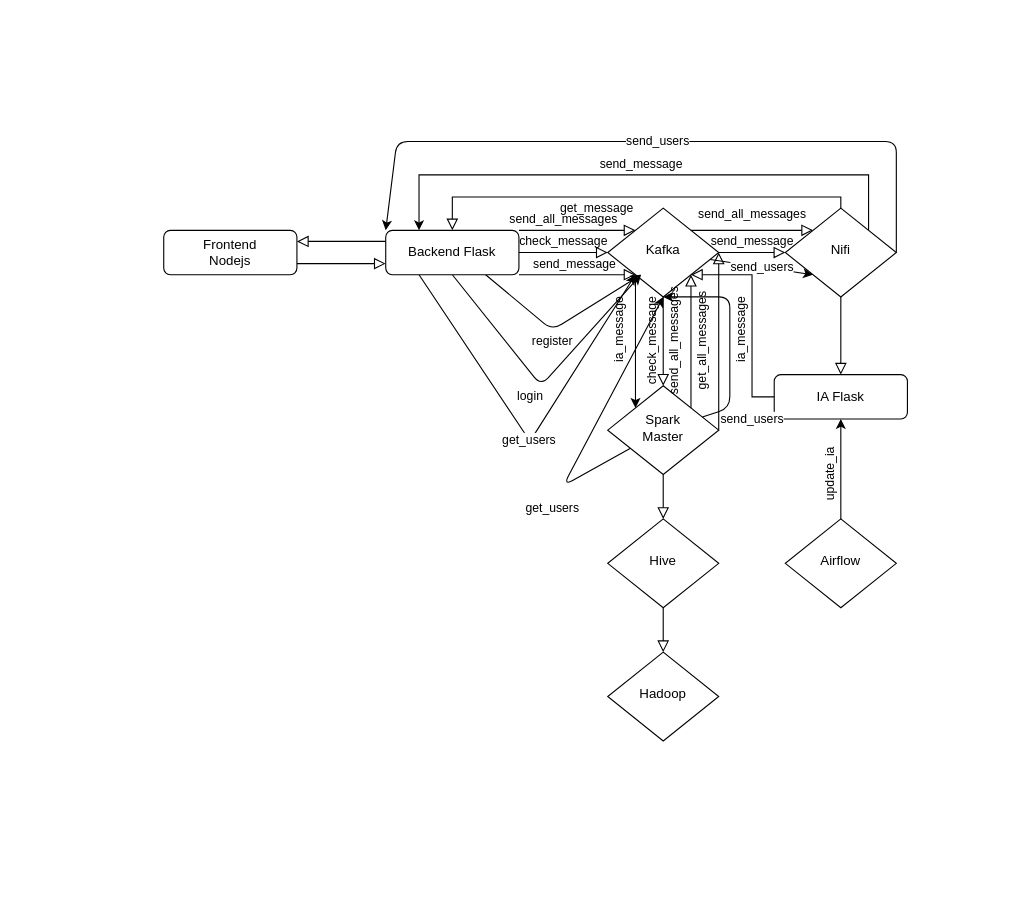
Before: Diagramme des flux.drawio in bsae19/NitroChatV2, a draw.io diagram. Source tidied: cells renumbered, new cells numbered last; positions are measured from the earlier drawing's top-left corner, leaving out a move shared by most shapes. Both pictures are drawn from the tidied source at 111%, with x=0, y=0 at pixel (163, 141).
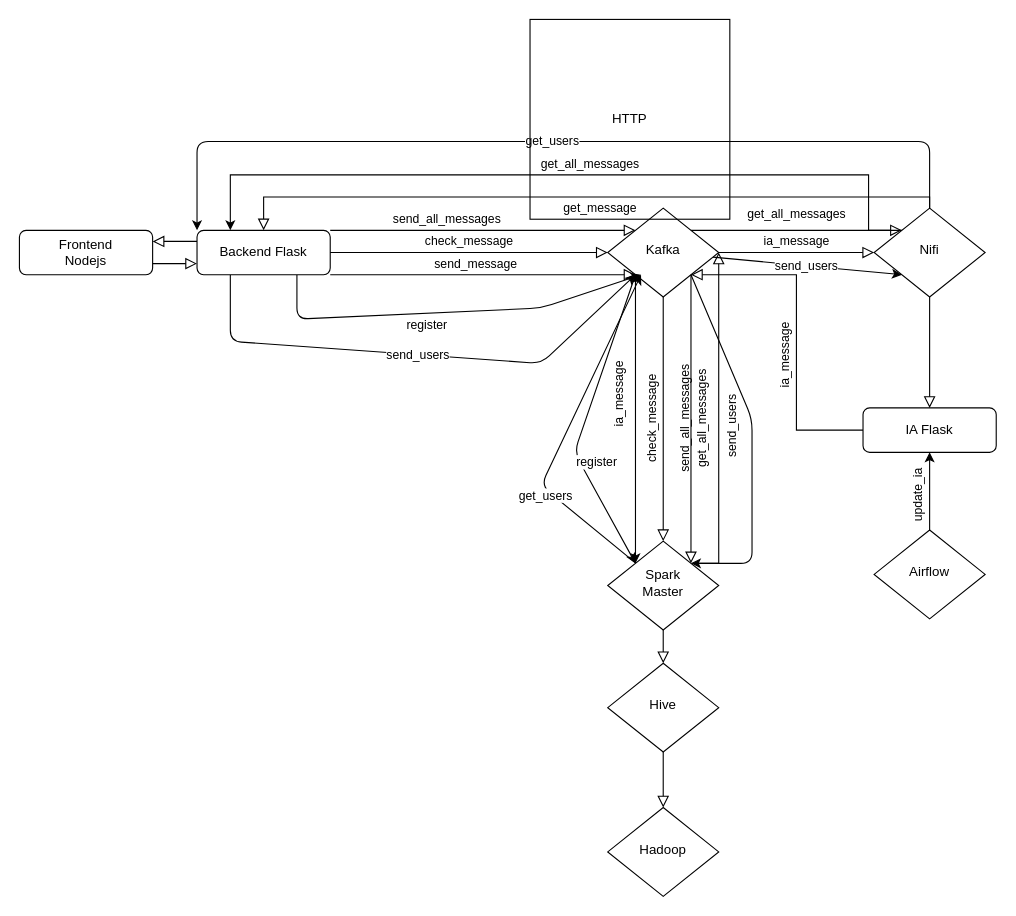
After the change.

Commit message:
Mettre à jour Diagramme des flux.drawio

Unchanged cells that the change refers to:
```xml
<mxCell id="6" value="Kafka" style="rhombus;whiteSpace=wrap;html=1;shadow=0;fontFamily=Helvetica;fontSize=12;align=center;strokeWidth=1;spacing=6;spacingTop=-4;" parent="1" vertex="1">
  <mxGeometry x="400" y="60" width="100" height="80" as="geometry" />
</mxCell>
```

What changed in the source:
```diff
@@
     <mxCell id="3" value="Frontend&lt;div&gt;Nodejs&lt;/div&gt;" style="rounded=1;whiteSpace=wrap;html=1;fontSize=12;glass=0;strokeWidth=1;shadow=0;" parent="1" vertex="1">
-      <mxGeometry y="80" width="120" height="40" as="geometry" />
+      <mxGeometry x="-130" y="80" width="120" height="40" as="geometry" />
     </mxCell>
@@
     <mxCell id="7" value="IA Flask" style="rounded=1;whiteSpace=wrap;html=1;fontSize=12;glass=0;strokeWidth=1;shadow=0;" parent="1" vertex="1">
-      <mxGeometry x="550" y="210" width="120" height="40" as="geometry" />
+      <mxGeometry x="630" y="240" width="120" height="40" as="geometry" />
     </mxCell>
@@
-    <mxCell id="9" value="send_users" style="edgeStyle=none;html=1;entryX=0.5;entryY=1;entryDx=0;entryDy=0;" parent="1" edge="1" source="11" target="6">
-      <mxGeometry x="-0.72" y="-22" relative="1" as="geometry">
+    <mxCell id="9" value="send_users" style="edgeStyle=none;html=1;exitX=1;exitY=1;exitDx=0;exitDy=0;horizontal=0;entryX=1;entryY=0;entryDx=0;entryDy=0;" parent="1" edge="1" source="6" target="11">
+      <mxGeometry x="-0.09" y="-19" relative="1" as="geometry">
         <Array as="points">
-          <mxPoint x="510" y="240" />
-          <mxPoint x="510" y="140" />
+          <mxPoint x="530" y="250" />
+          <mxPoint x="530" y="380" />
         </Array>
-        <mxPoint x="-2" y="10" as="offset" />
+        <mxPoint x="1" as="offset" />
       </mxGeometry>
     </mxCell>
-    <mxCell id="10" value="get_users" style="edgeStyle=none;html=1;entryX=0.5;entryY=1;entryDx=0;entryDy=0;" parent="1" edge="1" source="11" target="6">
+    <mxCell id="10" value="get_users" style="edgeStyle=none;html=1;" parent="1" edge="1" source="11">
       <mxGeometry x="-0.47" y="-22" relative="1" as="geometry">
+        <mxPoint x="430" y="120" as="targetPoint" />
         <Array as="points">
-          <mxPoint x="360" y="310" />
+          <mxPoint x="340" y="310" />
         </Array>
         <mxPoint x="-29" y="10" as="offset" />
       </mxGeometry>
     </mxCell>
     <mxCell id="11" value="Spark&lt;div&gt;Master&lt;/div&gt;" style="rhombus;whiteSpace=wrap;html=1;shadow=0;fontFamily=Helvetica;fontSize=12;align=center;strokeWidth=1;spacing=6;spacingTop=-4;" parent="1" vertex="1">
-      <mxGeometry x="400" y="220" width="100" height="80" as="geometry" />
+      <mxGeometry x="400" y="360" width="100" height="80" as="geometry" />
     </mxCell>
@@
     <mxCell id="14" value="register" style="edgeStyle=none;html=1;exitX=0.75;exitY=1;exitDx=0;exitDy=0;" parent="1" edge="1" source="17">
       <mxGeometry x="-0.09" y="-10" relative="1" as="geometry">
         <mxPoint x="430" y="120" as="targetPoint" />
         <Array as="points">
-          <mxPoint x="350" y="170" />
+          <mxPoint x="120" y="160" />
+          <mxPoint x="340" y="150" />
         </Array>
         <mxPoint x="-5" y="1" as="offset" />
       </mxGeometry>
     </mxCell>
-    <mxCell id="15" value="login" style="edgeStyle=none;html=1;exitX=0.5;exitY=1;exitDx=0;exitDy=0;" parent="1" edge="1" source="17">
-      <mxGeometry x="-0.02" y="14" relative="1" as="geometry">
-        <mxPoint x="430" y="120" as="targetPoint" />
-        <Array as="points">
-          <mxPoint x="340" y="220" />
-        </Array>
-        <mxPoint y="19" as="offset" />
-      </mxGeometry>
-    </mxCell>
-    <mxCell id="16" value="get_users" style="edgeStyle=none;html=1;exitX=0.25;exitY=1;exitDx=0;exitDy=0;entryX=0;entryY=1;entryDx=0;entryDy=0;" parent="1" edge="1" source="17" target="6">
+    <mxCell id="16" value="send_users" style="edgeStyle=none;html=1;exitX=0.25;exitY=1;exitDx=0;exitDy=0;entryX=0;entryY=1;entryDx=0;entryDy=0;" parent="1" edge="1" source="17" target="6">
       <mxGeometry relative="1" as="geometry">
         <Array as="points">
-          <mxPoint x="330" y="270" />
+          <mxPoint x="60" y="180" />
+          <mxPoint x="340" y="200" />
         </Array>
       </mxGeometry>
     </mxCell>
     <mxCell id="17" value="Backend Flask" style="rounded=1;whiteSpace=wrap;html=1;fontSize=12;glass=0;strokeWidth=1;shadow=0;" parent="1" vertex="1">
-      <mxGeometry x="200" y="80" width="120" height="40" as="geometry" />
+      <mxGeometry x="30" y="80" width="120" height="40" as="geometry" />
     </mxCell>
     <mxCell id="18" value="ia_message" style="edgeStyle=orthogonalEdgeStyle;rounded=0;html=1;jettySize=auto;fontSize=11;endArrow=block;endFill=0;endSize=8;strokeWidth=1;shadow=0;labelBackgroundColor=none;exitX=0;exitY=0.5;exitDx=0;exitDy=0;entryX=1;entryY=1;entryDx=0;entryDy=0;horizontal=0;" parent="1" edge="1" source="7" target="6">
       <mxGeometry x="-0.14" y="10" relative="1" as="geometry">
         <Array as="points">
-          <mxPoint x="530" y="230" />
-          <mxPoint x="530" y="120" />
+          <mxPoint x="570" y="260" />
+          <mxPoint x="570" y="120" />
         </Array>
       </mxGeometry>
     </mxCell>
-    <mxCell id="19" value="send_all_messages" style="rounded=0;html=1;jettySize=auto;fontSize=11;endArrow=block;endFill=0;endSize=8;strokeWidth=1;shadow=0;labelBackgroundColor=none;edgeStyle=orthogonalEdgeStyle;exitX=1;exitY=0;exitDx=0;exitDy=0;horizontal=0;entryX=1;entryY=1;entryDx=0;entryDy=0;" parent="1" edge="1" source="11" target="6">
-      <mxGeometry y="15" relative="1" as="geometry" />
+    <mxCell id="19" value="send_all_messages" style="rounded=0;html=1;jettySize=auto;fontSize=11;endArrow=block;endFill=0;endSize=8;strokeWidth=1;shadow=0;labelBackgroundColor=none;edgeStyle=orthogonalEdgeStyle;exitX=1;exitY=1;exitDx=0;exitDy=0;horizontal=0;entryX=1;entryY=0;entryDx=0;entryDy=0;" parent="1" edge="1" source="6" target="11">
+      <mxGeometry y="-5" relative="1" as="geometry" />
     </mxCell>
@@
-    <mxCell id="21" value="send_message" style="edgeStyle=orthogonalEdgeStyle;rounded=0;html=1;jettySize=auto;fontSize=11;endArrow=block;endFill=0;endSize=8;strokeWidth=1;shadow=0;labelBackgroundColor=none;exitX=1;exitY=0.5;exitDx=0;exitDy=0;entryX=0;entryY=0.5;entryDx=0;entryDy=0;" parent="1" edge="1" source="6" target="24">
+    <mxCell id="21" value="ia_message" style="edgeStyle=orthogonalEdgeStyle;rounded=0;html=1;jettySize=auto;fontSize=11;endArrow=block;endFill=0;endSize=8;strokeWidth=1;shadow=0;labelBackgroundColor=none;exitX=1;exitY=0.5;exitDx=0;exitDy=0;entryX=0;entryY=0.5;entryDx=0;entryDy=0;" parent="1" edge="1" source="6" target="24">
       <mxGeometry y="10" relative="1" as="geometry" />
     </mxCell>
-    <mxCell id="22" value="send_message" style="edgeStyle=orthogonalEdgeStyle;rounded=0;jettySize=auto;html=1;entryX=0.25;entryY=0;entryDx=0;entryDy=0;exitX=1;exitY=0;exitDx=0;exitDy=0;" parent="1" edge="1" source="24" target="17">
+    <mxCell id="22" value="get_all_messages" style="edgeStyle=orthogonalEdgeStyle;rounded=0;jettySize=auto;html=1;entryX=0.25;entryY=0;entryDx=0;entryDy=0;exitX=1;exitY=0;exitDx=0;exitDy=0;" parent="1" edge="1" source="24" target="17">
       <mxGeometry x="0.01" y="-10" relative="1" as="geometry">
         <Array as="points">
           <mxPoint x="635" y="30" />
-          <mxPoint x="230" y="30" />
+          <mxPoint x="60" y="30" />
         </Array>
       </mxGeometry>
     </mxCell>
-    <mxCell id="23" value="send_users" style="edgeStyle=none;html=1;entryX=0;entryY=0;entryDx=0;entryDy=0;exitX=1;exitY=0.5;exitDx=0;exitDy=0;" parent="1" edge="1" source="24" target="17">
+    <mxCell id="23" value="get_users" style="edgeStyle=none;html=1;entryX=0;entryY=0;entryDx=0;entryDy=0;exitX=0.5;exitY=0;exitDx=0;exitDy=0;" parent="1" edge="1" source="24" target="17">
       <mxGeometry relative="1" as="geometry">
         <Array as="points">
-          <mxPoint x="660" />
+          <mxPoint x="690" />
           <mxPoint x="210" />
+          <mxPoint x="30" />
         </Array>
       </mxGeometry>
     </mxCell>
     <mxCell id="24" value="Nifi" style="rhombus;whiteSpace=wrap;html=1;shadow=0;fontFamily=Helvetica;fontSize=12;align=center;strokeWidth=1;spacing=6;spacingTop=-4;" parent="1" vertex="1">
-      <mxGeometry x="560" y="60" width="100" height="80" as="geometry" />
+      <mxGeometry x="640" y="60" width="100" height="80" as="geometry" />
     </mxCell>
@@
     <mxCell id="26" value="Hadoop" style="rhombus;whiteSpace=wrap;html=1;shadow=0;fontFamily=Helvetica;fontSize=12;align=center;strokeWidth=1;spacing=6;spacingTop=-4;" parent="1" vertex="1">
-      <mxGeometry x="400" y="460" width="100" height="80" as="geometry" />
+      <mxGeometry x="400" y="600" width="100" height="80" as="geometry" />
     </mxCell>
     <mxCell id="27" value="Hive" style="rhombus;whiteSpace=wrap;html=1;shadow=0;fontFamily=Helvetica;fontSize=12;align=center;strokeWidth=1;spacing=6;spacingTop=-4;" parent="1" vertex="1">
-      <mxGeometry x="400" y="340" width="100" height="80" as="geometry" />
+      <mxGeometry x="400" y="470" width="100" height="80" as="geometry" />
     </mxCell>
@@
     <mxCell id="30" value="Airflow" style="rhombus;whiteSpace=wrap;html=1;shadow=0;fontFamily=Helvetica;fontSize=12;align=center;strokeWidth=1;spacing=6;spacingTop=-4;" parent="1" vertex="1">
-      <mxGeometry x="560" y="340" width="100" height="80" as="geometry" />
+      <mxGeometry x="640" y="350" width="100" height="80" as="geometry" />
     </mxCell>
-    <mxCell id="31" value="get_all_messages" style="rounded=0;html=1;jettySize=auto;fontSize=11;endArrow=block;endFill=0;endSize=8;strokeWidth=1;shadow=0;labelBackgroundColor=none;edgeStyle=orthogonalEdgeStyle;exitX=1;exitY=0;exitDx=0;exitDy=0;horizontal=0;entryX=1;entryY=0.5;entryDx=0;entryDy=0;" parent="1" edge="1" target="6">
+    <mxCell id="31" value="get_all_messages" style="rounded=0;html=1;jettySize=auto;fontSize=11;endArrow=block;endFill=0;endSize=8;strokeWidth=1;shadow=0;labelBackgroundColor=none;edgeStyle=orthogonalEdgeStyle;horizontal=0;entryX=1;entryY=0.5;entryDx=0;entryDy=0;" parent="1" edge="1" target="6">
       <mxGeometry y="15" relative="1" as="geometry">
-        <mxPoint x="500" y="260" as="sourcePoint" />
+        <mxPoint x="480" y="380" as="sourcePoint" />
         <Array as="points">
           <mxPoint x="500" y="200" />
           <mxPoint x="500" y="200" />
         </Array>
       </mxGeometry>
     </mxCell>
     <mxCell id="32" value="get_message" style="edgeStyle=orthogonalEdgeStyle;rounded=0;html=1;jettySize=auto;fontSize=11;endArrow=block;endFill=0;endSize=8;strokeWidth=1;shadow=0;labelBackgroundColor=none;exitX=0.5;exitY=0;exitDx=0;exitDy=0;entryX=0.5;entryY=0;entryDx=0;entryDy=0;" parent="1" edge="1" source="24" target="17">
-      <mxGeometry x="0.18" y="10" relative="1" as="geometry">
+      <mxGeometry x="-0.04" y="10" relative="1" as="geometry">
         <Array as="points">
-          <mxPoint x="610" y="50" />
-          <mxPoint x="260" y="50" />
+          <mxPoint x="690" y="50" />
+          <mxPoint x="90" y="50" />
         </Array>
       </mxGeometry>
     </mxCell>
-    <mxCell id="33" value="send_all_messages" style="rounded=0;html=1;jettySize=auto;fontSize=11;endArrow=block;endFill=0;endSize=8;strokeWidth=1;shadow=0;labelBackgroundColor=none;edgeStyle=orthogonalEdgeStyle;exitX=1;exitY=0;exitDx=0;exitDy=0;horizontal=1;entryX=0;entryY=0;entryDx=0;entryDy=0;" parent="1" edge="1" source="6" target="24">
+    <mxCell id="33" value="get_all_messages" style="rounded=0;html=1;jettySize=auto;fontSize=11;endArrow=block;endFill=0;endSize=8;strokeWidth=1;shadow=0;labelBackgroundColor=none;edgeStyle=orthogonalEdgeStyle;exitX=1;exitY=0;exitDx=0;exitDy=0;horizontal=1;entryX=0;entryY=0;entryDx=0;entryDy=0;" parent="1" edge="1" source="6" target="24">
       <mxGeometry y="15" relative="1" as="geometry">
         <Array as="points">
           <mxPoint x="540" y="80" />
           <mxPoint x="540" y="80" />
         </Array>
       </mxGeometry>
     </mxCell>
@@
+    <mxCell id="36" value="HTTP" style="whiteSpace=wrap;html=1;fillColor=none;" parent="1" vertex="1">
+      <mxGeometry x="330" y="-110" width="180" height="180" as="geometry" />
+    </mxCell>
+    <mxCell id="37" value="register" style="edgeStyle=none;html=1;entryX=0;entryY=0;entryDx=0;entryDy=0;exitX=0;exitY=1;exitDx=0;exitDy=0;" parent="1" edge="1" source="6" target="11">
+      <mxGeometry x="0.32" y="13" relative="1" as="geometry">
+        <Array as="points">
+          <mxPoint x="370" y="280" />
+        </Array>
+      </mxGeometry>
+    </mxCell>
```
